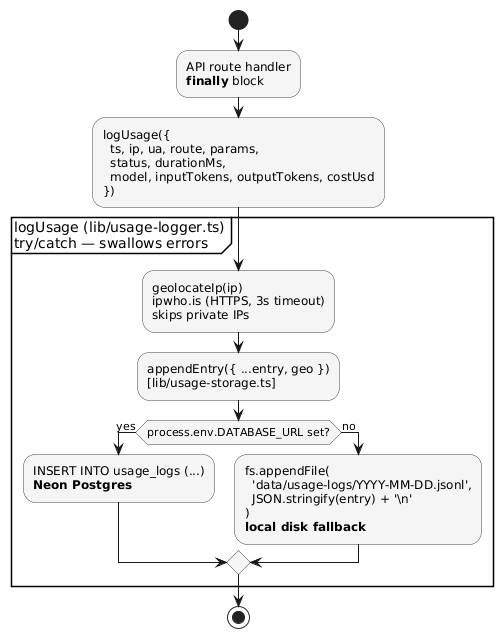
calapor/NextUpTV keeps this PlantUML diagram as docs/portfolio/assets/diagrams/usage-logging-flow.png. Above is the earlier version. The source it was exported from:
```plantuml
@startuml UsageLoggingFlow

skinparam shadowing false
skinparam activity {
  BackgroundColor #F5F5F5
  BorderColor #444
}

start

:API route handler\n**finally** block;

:logUsage({\n  ts, ip, ua, route, params,\n  status, durationMs,\n  model, inputTokens, outputTokens, costUsd\n});

partition "logUsage (lib/usage-logger.ts)\ntry/catch — swallows errors" {

  :geolocateIp(ip)\nipwho.is (HTTPS, 3s timeout)\nskips private IPs;

  :appendEntry({ ...entry, geo })\n[lib/usage-storage.ts];

  if (process.env.DATABASE_URL set?) then (yes)
    :INSERT INTO usage_logs (...)\n**Neon Postgres**;
  else (no)
    :fs.appendFile(\n  'data/usage-logs/YYYY-MM-DD.jsonl',\n  JSON.stringify(entry) + '\\n'\n)\n**local disk fallback**;
  endif
}

stop

@enduml
```
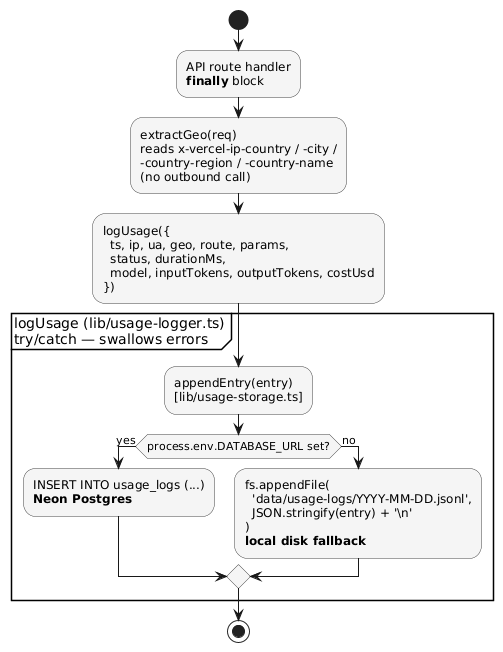
After the change.

Change to the diagram source:
```diff
@@ -10,13 +10,13 @@
 
 :API route handler\n**finally** block;
 
-:logUsage({\n  ts, ip, ua, route, params,\n  status, durationMs,\n  model, inputTokens, outputTokens, costUsd\n});
+:extractGeo(req)\nreads x-vercel-ip-country / -city /\n-country-region / -country-name\n(no outbound call);
+
+:logUsage({\n  ts, ip, ua, geo, route, params,\n  status, durationMs,\n  model, inputTokens, outputTokens, costUsd\n});
 
 partition "logUsage (lib/usage-logger.ts)\ntry/catch — swallows errors" {
 
-  :geolocateIp(ip)\nipwho.is (HTTPS, 3s timeout)\nskips private IPs;
-
-  :appendEntry({ ...entry, geo })\n[lib/usage-storage.ts];
+  :appendEntry(entry)\n[lib/usage-storage.ts];
 
   if (process.env.DATABASE_URL set?) then (yes)
     :INSERT INTO usage_logs (...)\n**Neon Postgres**;
```
